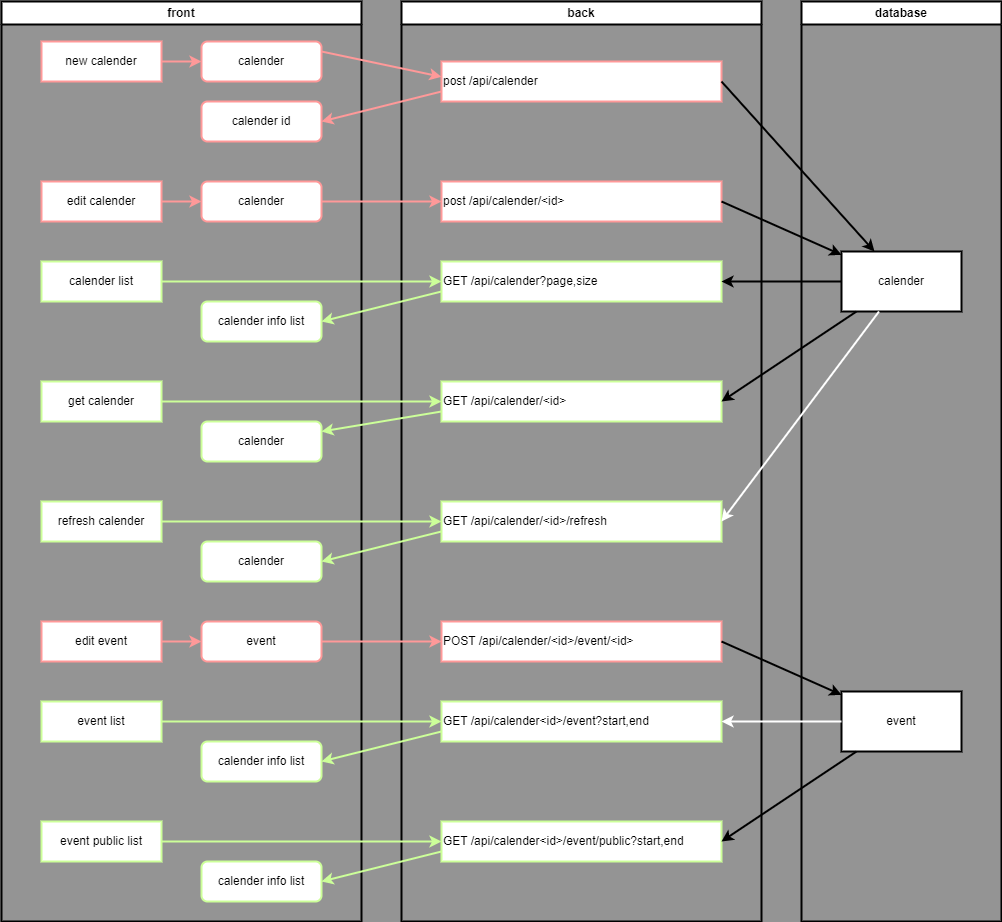
nagoya-caravan/backend keeps this draw.io diagram as docs/img/structure.png. Above is the earlier version. Source tidied: cells renumbered, new cells last; positions are measured from the earlier drawing's top-left corner, leaving out a move shared by most shapes.
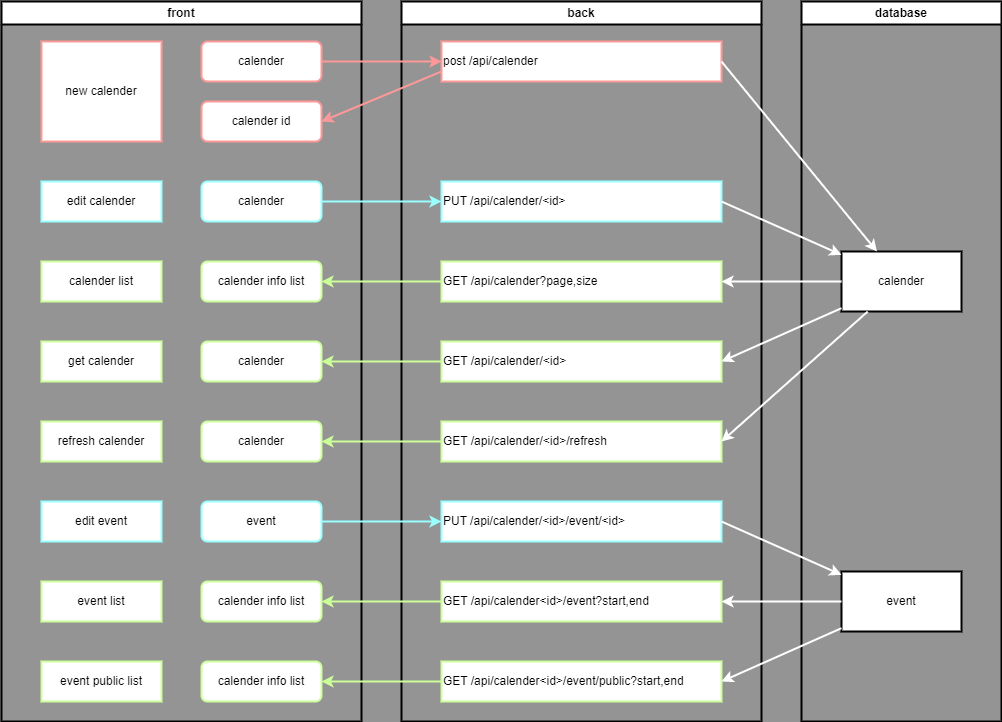
After the commit.

Diff of the diagram source:
```diff
@@ -3,27 +3,27 @@
     <mxCell id="0" />
     <mxCell id="1" parent="0" />
     <mxCell id="2" value="front" style="swimlane;whiteSpace=wrap;html=1;strokeWidth=2;" parent="1" vertex="1">
-      <mxGeometry width="360" height="920" as="geometry" />
+      <mxGeometry width="360" height="720" as="geometry" />
     </mxCell>
     <mxCell id="3" value="new calender" style="rounded=0;whiteSpace=wrap;html=1;strokeColor=#FF9999;strokeWidth=2;" parent="2" vertex="1">
-      <mxGeometry x="40" y="40" width="120" height="40" as="geometry" />
+      <mxGeometry x="40" y="40" width="120" height="100" as="geometry" />
     </mxCell>
-    <mxCell id="4" value="edit calender" style="rounded=0;whiteSpace=wrap;html=1;strokeWidth=2;strokeColor=#FF9999;" parent="2" vertex="1">
+    <mxCell id="4" value="edit calender" style="rounded=0;whiteSpace=wrap;html=1;strokeWidth=2;strokeColor=#99FFFF;" parent="2" vertex="1">
       <mxGeometry x="40" y="180" width="120" height="40" as="geometry" />
     </mxCell>
     <mxCell id="5" value="calender list" style="rounded=0;whiteSpace=wrap;html=1;strokeWidth=2;strokeColor=#CCFF99;" parent="2" vertex="1">
       <mxGeometry x="40" y="260" width="120" height="40" as="geometry" />
     </mxCell>
     <mxCell id="6" value="get calender" style="rounded=0;whiteSpace=wrap;html=1;strokeWidth=2;strokeColor=#CCFF99;" parent="2" vertex="1">
-      <mxGeometry x="40" y="380" width="120" height="40" as="geometry" />
+      <mxGeometry x="40" y="340" width="120" height="40" as="geometry" />
     </mxCell>
     <mxCell id="7" value="calender" style="rounded=1;whiteSpace=wrap;html=1;strokeWidth=2;strokeColor=#CCFF99;" parent="2" vertex="1">
-      <mxGeometry x="200" y="420" width="120" height="40" as="geometry" />
+      <mxGeometry x="200" y="340" width="120" height="40" as="geometry" />
     </mxCell>
     <mxCell id="8" value="calender info list" style="rounded=1;whiteSpace=wrap;html=1;strokeWidth=2;strokeColor=#CCFF99;" parent="2" vertex="1">
-      <mxGeometry x="200" y="300" width="120" height="40" as="geometry" />
+      <mxGeometry x="200" y="260" width="120" height="40" as="geometry" />
     </mxCell>
-    <mxCell id="9" value="calender" style="rounded=1;whiteSpace=wrap;html=1;strokeWidth=2;strokeColor=#FF9999;" parent="2" vertex="1">
+    <mxCell id="9" value="calender" style="rounded=1;whiteSpace=wrap;html=1;strokeWidth=2;strokeColor=#99FFFF;" parent="2" vertex="1">
       <mxGeometry x="200" y="180" width="120" height="40" as="geometry" />
     </mxCell>
     <mxCell id="10" value="calender id" style="rounded=1;whiteSpace=wrap;html=1;strokeColor=#FF9999;strokeWidth=2;" parent="2" vertex="1">
@@ -32,140 +32,116 @@
     <mxCell id="11" value="calender" style="rounded=1;whiteSpace=wrap;html=1;strokeColor=#FF9999;strokeWidth=2;" parent="2" vertex="1">
       <mxGeometry x="200" y="40" width="120" height="40" as="geometry" />
     </mxCell>
-    <mxCell id="12" style="edgeStyle=none;rounded=0;jettySize=auto;html=1;exitX=1;exitY=0.5;exitDx=0;exitDy=0;strokeWidth=2;strokeColor=#FF9999;" parent="2" edge="1" source="4" target="9">
-      <mxGeometry relative="1" as="geometry" />
-    </mxCell>
-    <mxCell id="13" style="rounded=0;jettySize=auto;html=1;strokeWidth=2;strokeColor=#FF9999;" parent="2" edge="1" source="3" target="11">
-      <mxGeometry relative="1" as="geometry" />
-    </mxCell>
     <mxCell id="14" value="calender" style="rounded=1;whiteSpace=wrap;html=1;strokeColor=#CCFF99;strokeWidth=2;" parent="2" vertex="1">
-      <mxGeometry x="200" y="540" width="120" height="40" as="geometry" />
+      <mxGeometry x="200" y="420" width="120" height="40" as="geometry" />
     </mxCell>
-    <mxCell id="15" style="edgeStyle=none;rounded=0;jettySize=auto;html=1;exitX=1;exitY=0.5;exitDx=0;exitDy=0;entryX=0;entryY=0.5;entryDx=0;entryDy=0;strokeColor=#FF9999;strokeWidth=2;" parent="2" edge="1" source="16" target="17">
-      <mxGeometry relative="1" as="geometry" />
-    </mxCell>
-    <mxCell id="16" value="edit event" style="rounded=0;whiteSpace=wrap;html=1;strokeColor=#FF9999;strokeWidth=2;" parent="2" vertex="1">
-      <mxGeometry x="40" y="620" width="120" height="40" as="geometry" />
+    <mxCell id="16" value="edit event" style="rounded=0;whiteSpace=wrap;html=1;strokeColor=#99FFFF;strokeWidth=2;" parent="2" vertex="1">
+      <mxGeometry x="40" y="500" width="120" height="40" as="geometry" />
     </mxCell>
-    <mxCell id="17" value="event" style="rounded=1;whiteSpace=wrap;html=1;strokeColor=#FF9999;strokeWidth=2;" parent="2" vertex="1">
-      <mxGeometry x="200" y="620" width="120" height="40" as="geometry" />
+    <mxCell id="17" value="event" style="rounded=1;whiteSpace=wrap;html=1;strokeColor=#99FFFF;strokeWidth=2;" parent="2" vertex="1">
+      <mxGeometry x="200" y="500" width="120" height="40" as="geometry" />
     </mxCell>
     <mxCell id="18" value="refresh calender" style="rounded=0;whiteSpace=wrap;html=1;strokeColor=#CCFF99;strokeWidth=2;" parent="2" vertex="1">
-      <mxGeometry x="40" y="500" width="120" height="40" as="geometry" />
+      <mxGeometry x="40" y="420" width="120" height="40" as="geometry" />
     </mxCell>
     <mxCell id="19" value="event list" style="rounded=0;whiteSpace=wrap;html=1;strokeWidth=2;strokeColor=#CCFF99;" parent="2" vertex="1">
-      <mxGeometry x="40" y="700" width="120" height="40" as="geometry" />
+      <mxGeometry x="40" y="580" width="120" height="40" as="geometry" />
     </mxCell>
+    <mxCell id="27" value="calender info list" style="rounded=1;whiteSpace=wrap;html=1;strokeWidth=2;strokeColor=#CCFF99;" parent="2" vertex="1">
+      <mxGeometry x="200" y="580" width="120" height="40" as="geometry" />
+    </mxCell>
+    <mxCell id="31" value="calender info list" style="rounded=1;whiteSpace=wrap;html=1;strokeWidth=2;strokeColor=#CCFF99;" parent="2" vertex="1">
+      <mxGeometry x="200" y="660" width="120" height="40" as="geometry" />
+    </mxCell>
     <mxCell id="20" value="back" style="swimlane;whiteSpace=wrap;html=1;strokeWidth=2;" parent="1" vertex="1">
-      <mxGeometry x="400" width="360" height="920" as="geometry" />
+      <mxGeometry x="400" width="360" height="720" as="geometry" />
     </mxCell>
     <mxCell id="21" value="post /api/calender" style="rounded=0;whiteSpace=wrap;html=1;align=left;strokeColor=#FF9999;strokeWidth=2;" parent="20" vertex="1">
-      <mxGeometry x="40" y="60" width="280" height="40" as="geometry" />
+      <mxGeometry x="40" y="40" width="280" height="40" as="geometry" />
     </mxCell>
-    <mxCell id="22" value="post /api/calender/&amp;lt;id&amp;gt;" style="rounded=0;whiteSpace=wrap;html=1;align=left;strokeWidth=2;strokeColor=#FF9999;" parent="20" vertex="1">
+    <mxCell id="22" value="PUT /api/calender/&amp;lt;id&amp;gt;" style="rounded=0;whiteSpace=wrap;html=1;align=left;strokeWidth=2;strokeColor=#99FFFF;" parent="20" vertex="1">
       <mxGeometry x="40" y="180" width="280" height="40" as="geometry" />
     </mxCell>
     <mxCell id="23" value="GET /api/calender?page,size" style="rounded=0;whiteSpace=wrap;html=1;align=left;strokeWidth=2;strokeColor=#CCFF99;" parent="20" vertex="1">
       <mxGeometry x="40" y="260" width="280" height="40" as="geometry" />
     </mxCell>
     <mxCell id="24" value="GET /api/calender/&amp;lt;id&amp;gt;" style="rounded=0;whiteSpace=wrap;html=1;align=left;strokeWidth=2;strokeColor=#CCFF99;" parent="20" vertex="1">
-      <mxGeometry x="40" y="380" width="280" height="40" as="geometry" />
+      <mxGeometry x="40" y="340" width="280" height="40" as="geometry" />
     </mxCell>
     <mxCell id="25" value="GET /api/calender/&amp;lt;id&amp;gt;/refresh" style="rounded=0;whiteSpace=wrap;html=1;align=left;strokeColor=#CCFF99;strokeWidth=2;" parent="20" vertex="1">
-      <mxGeometry x="40" y="500" width="280" height="40" as="geometry" />
+      <mxGeometry x="40" y="420" width="280" height="40" as="geometry" />
     </mxCell>
-    <mxCell id="26" value="POST /api/calender/&amp;lt;id&amp;gt;/event/&amp;lt;id&amp;gt;" style="rounded=0;whiteSpace=wrap;html=1;align=left;strokeColor=#FF9999;strokeWidth=2;" parent="20" vertex="1">
-      <mxGeometry x="40" y="620" width="280" height="40" as="geometry" />
+    <mxCell id="26" value="PUT /api/calender/&amp;lt;id&amp;gt;/event/&amp;lt;id&amp;gt;" style="rounded=0;whiteSpace=wrap;html=1;align=left;strokeColor=#99FFFF;strokeWidth=2;" parent="20" vertex="1">
+      <mxGeometry x="40" y="500" width="280" height="40" as="geometry" />
     </mxCell>
-    <mxCell id="27" value="calender info list" style="rounded=1;whiteSpace=wrap;html=1;strokeWidth=2;strokeColor=#CCFF99;" parent="20" vertex="1">
-      <mxGeometry x="-200" y="740" width="120" height="40" as="geometry" />
-    </mxCell>
-    <mxCell id="28" style="edgeStyle=none;rounded=0;jettySize=auto;html=1;exitX=0;exitY=0.75;exitDx=0;exitDy=0;entryX=1;entryY=0.5;entryDx=0;entryDy=0;strokeColor=#CCFF99;strokeWidth=2;" parent="20" edge="1" source="29" target="27">
-      <mxGeometry relative="1" as="geometry" />
-    </mxCell>
     <mxCell id="29" value="GET /api/calender&amp;lt;id&amp;gt;/event?start,end" style="rounded=0;whiteSpace=wrap;html=1;align=left;strokeWidth=2;strokeColor=#CCFF99;" parent="20" vertex="1">
-      <mxGeometry x="40" y="700" width="280" height="40" as="geometry" />
+      <mxGeometry x="40" y="580" width="280" height="40" as="geometry" />
     </mxCell>
     <mxCell id="30" value="event public list" style="rounded=0;whiteSpace=wrap;html=1;strokeWidth=2;strokeColor=#CCFF99;" parent="20" vertex="1">
-      <mxGeometry x="-360" y="820" width="120" height="40" as="geometry" />
+      <mxGeometry x="-360" y="660" width="120" height="40" as="geometry" />
     </mxCell>
-    <mxCell id="31" value="calender info list" style="rounded=1;whiteSpace=wrap;html=1;strokeWidth=2;strokeColor=#CCFF99;" parent="20" vertex="1">
-      <mxGeometry x="-200" y="860" width="120" height="40" as="geometry" />
-    </mxCell>
-    <mxCell id="32" style="edgeStyle=none;rounded=0;jettySize=auto;html=1;exitX=0;exitY=0.75;exitDx=0;exitDy=0;entryX=1;entryY=0.5;entryDx=0;entryDy=0;strokeColor=#CCFF99;strokeWidth=2;" parent="20" edge="1" source="33" target="31">
-      <mxGeometry relative="1" as="geometry" />
-    </mxCell>
     <mxCell id="33" value="GET /api/calender&amp;lt;id&amp;gt;/event/public?start,end" style="rounded=0;whiteSpace=wrap;html=1;align=left;strokeWidth=2;strokeColor=#CCFF99;" parent="20" vertex="1">
-      <mxGeometry x="40" y="820" width="280" height="40" as="geometry" />
+      <mxGeometry x="40" y="660" width="280" height="40" as="geometry" />
     </mxCell>
-    <mxCell id="34" style="edgeStyle=none;rounded=0;jettySize=auto;html=1;exitX=1;exitY=0.5;exitDx=0;exitDy=0;entryX=0;entryY=0.5;entryDx=0;entryDy=0;strokeColor=#CCFF99;strokeWidth=2;" parent="20" edge="1" source="30" target="33">
-      <mxGeometry relative="1" as="geometry" />
-    </mxCell>
     <mxCell id="35" style="edgeStyle=none;rounded=0;jettySize=auto;html=1;exitX=0;exitY=0.75;exitDx=0;exitDy=0;entryX=1;entryY=0.5;entryDx=0;entryDy=0;strokeWidth=2;strokeColor=#FF9999;" parent="1" edge="1" source="21" target="10">
       <mxGeometry relative="1" as="geometry" />
     </mxCell>
-    <mxCell id="36" style="edgeStyle=none;rounded=0;jettySize=auto;html=1;exitX=1;exitY=0.5;exitDx=0;exitDy=0;entryX=0;entryY=0.5;entryDx=0;entryDy=0;strokeWidth=2;strokeColor=#FF9999;" parent="1" edge="1" source="9" target="22">
+    <mxCell id="36" style="edgeStyle=none;rounded=0;jettySize=auto;html=1;exitX=1;exitY=0.5;exitDx=0;exitDy=0;entryX=0;entryY=0.5;entryDx=0;entryDy=0;strokeWidth=2;strokeColor=#99FFFF;" parent="1" edge="1" source="9" target="22">
       <mxGeometry relative="1" as="geometry" />
     </mxCell>
-    <mxCell id="37" style="edgeStyle=none;rounded=0;jettySize=auto;html=1;exitX=1;exitY=0.25;exitDx=0;exitDy=0;entryX=0;entryY=0.383;entryDx=0;entryDy=0;entryPerimeter=0;strokeWidth=2;strokeColor=#FF9999;" parent="1" edge="1" source="11" target="21">
+    <mxCell id="37" style="edgeStyle=none;rounded=0;jettySize=auto;html=1;exitX=1;exitY=0.5;exitDx=0;exitDy=0;strokeWidth=2;strokeColor=#FF9999;entryX=0;entryY=0.5;entryDx=0;entryDy=0;" parent="1" edge="1" source="11" target="21">
       <mxGeometry relative="1" as="geometry" />
     </mxCell>
-    <mxCell id="38" style="edgeStyle=none;rounded=0;jettySize=auto;html=1;exitX=1;exitY=0.5;exitDx=0;exitDy=0;strokeWidth=2;strokeColor=#CCFF99;" parent="1" edge="1" source="5" target="23">
-      <mxGeometry relative="1" as="geometry" />
-    </mxCell>
-    <mxCell id="39" style="edgeStyle=none;rounded=0;jettySize=auto;html=1;exitX=0;exitY=0.75;exitDx=0;exitDy=0;entryX=1;entryY=0.5;entryDx=0;entryDy=0;strokeWidth=2;strokeColor=#CCFF99;" parent="1" edge="1" source="23" target="8">
+    <mxCell id="39" style="edgeStyle=none;rounded=0;jettySize=auto;html=1;exitX=0;exitY=0.5;exitDx=0;exitDy=0;entryX=1;entryY=0.5;entryDx=0;entryDy=0;strokeWidth=2;strokeColor=#CCFF99;" parent="1" edge="1" source="23" target="8">
       <mxGeometry relative="1" as="geometry" />
     </mxCell>
-    <mxCell id="40" style="edgeStyle=none;rounded=0;jettySize=auto;html=1;exitX=0;exitY=0.75;exitDx=0;exitDy=0;strokeWidth=2;strokeColor=#CCFF99;" parent="1" edge="1" source="24" target="7">
+    <mxCell id="40" style="edgeStyle=none;rounded=0;jettySize=auto;html=1;exitX=0;exitY=0.5;exitDx=0;exitDy=0;strokeWidth=2;strokeColor=#CCFF99;" parent="1" edge="1" source="24" target="7">
       <mxGeometry relative="1" as="geometry" />
     </mxCell>
-    <mxCell id="41" style="edgeStyle=none;rounded=0;jettySize=auto;html=1;exitX=1;exitY=0.5;exitDx=0;exitDy=0;strokeWidth=2;strokeColor=#CCFF99;" parent="1" edge="1" source="6" target="24">
-      <mxGeometry relative="1" as="geometry" />
-    </mxCell>
     <mxCell id="42" value="database" style="swimlane;whiteSpace=wrap;html=1;strokeWidth=2;" parent="1" vertex="1">
-      <mxGeometry x="800" width="200" height="920" as="geometry" />
+      <mxGeometry x="800" width="200" height="720" as="geometry" />
     </mxCell>
     <mxCell id="43" value="calender" style="rounded=0;whiteSpace=wrap;html=1;strokeWidth=2;" parent="42" vertex="1">
       <mxGeometry x="40" y="250" width="120" height="60" as="geometry" />
     </mxCell>
     <mxCell id="44" value="event" style="rounded=0;whiteSpace=wrap;html=1;strokeWidth=2;" parent="42" vertex="1">
-      <mxGeometry x="40" y="690" width="120" height="60" as="geometry" />
+      <mxGeometry x="40" y="570" width="120" height="60" as="geometry" />
     </mxCell>
-    <mxCell id="45" style="edgeStyle=none;rounded=0;jettySize=auto;html=1;exitX=1;exitY=0.5;exitDx=0;exitDy=0;strokeWidth=2;" parent="1" edge="1" source="21" target="43">
+    <mxCell id="45" style="edgeStyle=none;rounded=0;jettySize=auto;html=1;exitX=1;exitY=0.5;exitDx=0;exitDy=0;strokeWidth=2;strokeColor=#FFFFFF;" parent="1" edge="1" source="21" target="43">
       <mxGeometry relative="1" as="geometry" />
     </mxCell>
-    <mxCell id="46" style="edgeStyle=none;rounded=0;jettySize=auto;html=1;exitX=1;exitY=0.5;exitDx=0;exitDy=0;strokeWidth=2;" parent="1" edge="1" source="22" target="43">
+    <mxCell id="46" style="edgeStyle=none;rounded=0;jettySize=auto;html=1;exitX=1;exitY=0.5;exitDx=0;exitDy=0;strokeWidth=2;strokeColor=#FFFFFF;" parent="1" edge="1" source="22" target="43">
       <mxGeometry relative="1" as="geometry" />
     </mxCell>
-    <mxCell id="47" style="edgeStyle=none;rounded=0;jettySize=auto;html=1;entryX=1;entryY=0.5;entryDx=0;entryDy=0;strokeWidth=2;" parent="1" edge="1" source="43" target="23">
+    <mxCell id="47" style="edgeStyle=none;rounded=0;jettySize=auto;html=1;entryX=1;entryY=0.5;entryDx=0;entryDy=0;strokeWidth=2;strokeColor=#FFFFFF;" parent="1" edge="1" source="43" target="23">
       <mxGeometry relative="1" as="geometry" />
     </mxCell>
-    <mxCell id="48" style="edgeStyle=none;rounded=0;jettySize=auto;html=1;entryX=1;entryY=0.5;entryDx=0;entryDy=0;strokeWidth=2;" parent="1" edge="1" source="43" target="24">
+    <mxCell id="48" style="edgeStyle=none;rounded=0;jettySize=auto;html=1;entryX=1;entryY=0.5;entryDx=0;entryDy=0;strokeWidth=2;strokeColor=#FFFFFF;" parent="1" edge="1" source="43" target="24">
       <mxGeometry relative="1" as="geometry" />
     </mxCell>
-    <mxCell id="49" style="edgeStyle=none;rounded=0;jettySize=auto;html=1;exitX=0;exitY=0.75;exitDx=0;exitDy=0;entryX=1;entryY=0.5;entryDx=0;entryDy=0;strokeColor=#CCFF99;strokeWidth=2;" parent="1" edge="1" source="25" target="14">
+    <mxCell id="49" style="edgeStyle=none;rounded=0;jettySize=auto;html=1;exitX=0;exitY=0.5;exitDx=0;exitDy=0;entryX=1;entryY=0.5;entryDx=0;entryDy=0;strokeColor=#CCFF99;strokeWidth=2;" parent="1" edge="1" source="25" target="14">
       <mxGeometry relative="1" as="geometry" />
     </mxCell>
-    <mxCell id="50" style="edgeStyle=none;rounded=0;jettySize=auto;html=1;exitX=1;exitY=0.5;exitDx=0;exitDy=0;strokeColor=#FF9999;strokeWidth=2;" parent="1" edge="1" source="17" target="26">
+    <mxCell id="50" style="edgeStyle=none;rounded=0;jettySize=auto;html=1;exitX=1;exitY=0.5;exitDx=0;exitDy=0;strokeColor=#99FFFF;strokeWidth=2;" parent="1" edge="1" source="17" target="26">
       <mxGeometry relative="1" as="geometry" />
     </mxCell>
-    <mxCell id="51" style="edgeStyle=none;rounded=0;jettySize=auto;html=1;exitX=1;exitY=0.5;exitDx=0;exitDy=0;strokeWidth=2;" parent="1" edge="1" source="26" target="44">
+    <mxCell id="51" style="edgeStyle=none;rounded=0;jettySize=auto;html=1;exitX=1;exitY=0.5;exitDx=0;exitDy=0;strokeWidth=2;strokeColor=#FFFFFF;" parent="1" edge="1" source="26" target="44">
       <mxGeometry relative="1" as="geometry" />
     </mxCell>
-    <mxCell id="52" style="edgeStyle=none;rounded=0;jettySize=auto;html=1;exitX=1;exitY=0.5;exitDx=0;exitDy=0;strokeColor=#CCFF99;strokeWidth=2;" parent="1" edge="1" source="18" target="25">
-      <mxGeometry relative="1" as="geometry" />
-    </mxCell>
-    <mxCell id="53" style="edgeStyle=none;rounded=0;jettySize=auto;html=1;exitX=1;exitY=0.5;exitDx=0;exitDy=0;entryX=0;entryY=0.5;entryDx=0;entryDy=0;strokeColor=#CCFF99;strokeWidth=2;" parent="1" edge="1" source="19" target="29">
-      <mxGeometry relative="1" as="geometry" />
-    </mxCell>
     <mxCell id="54" style="edgeStyle=none;rounded=0;jettySize=auto;html=1;entryX=1;entryY=0.5;entryDx=0;entryDy=0;strokeColor=#FFFFFF;strokeWidth=2;" parent="1" edge="1" source="44" target="29">
       <mxGeometry relative="1" as="geometry" />
     </mxCell>
     <mxCell id="55" style="edgeStyle=none;rounded=0;jettySize=auto;html=1;entryX=1;entryY=0.5;entryDx=0;entryDy=0;strokeColor=#FFFFFF;strokeWidth=2;" parent="1" edge="1" source="43" target="25">
       <mxGeometry relative="1" as="geometry" />
     </mxCell>
-    <mxCell id="56" style="rounded=0;jettySize=auto;html=1;entryX=1;entryY=0.5;entryDx=0;entryDy=0;strokeWidth=2;" parent="1" edge="1" source="44" target="33">
+    <mxCell id="56" style="rounded=0;jettySize=auto;html=1;entryX=1;entryY=0.5;entryDx=0;entryDy=0;strokeWidth=2;strokeColor=#FFFFFF;" parent="1" edge="1" source="44" target="33">
       <mxGeometry relative="1" as="geometry" />
     </mxCell>
+    <mxCell id="28" style="edgeStyle=none;rounded=0;jettySize=auto;html=1;exitX=0;exitY=0.5;exitDx=0;exitDy=0;entryX=1;entryY=0.5;entryDx=0;entryDy=0;strokeColor=#CCFF99;strokeWidth=2;" parent="1" edge="1" source="29" target="27">
+      <mxGeometry relative="1" as="geometry" />
+    </mxCell>
+    <mxCell id="32" style="edgeStyle=none;rounded=0;jettySize=auto;html=1;exitX=0;exitY=0.5;exitDx=0;exitDy=0;entryX=1;entryY=0.5;entryDx=0;entryDy=0;strokeColor=#CCFF99;strokeWidth=2;" parent="1" edge="1" source="33" target="31">
+      <mxGeometry relative="1" as="geometry" />
+    </mxCell>
   </root>
 </mxGraphModel>
```
